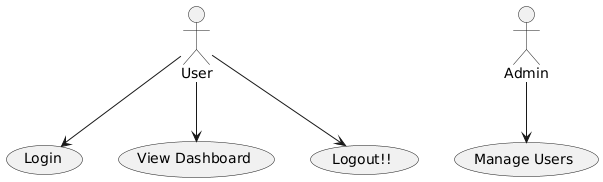
This is use-case.png from softwareDesign24/collaborateUML-ucd, a PlantUML export, as it was before one commit.
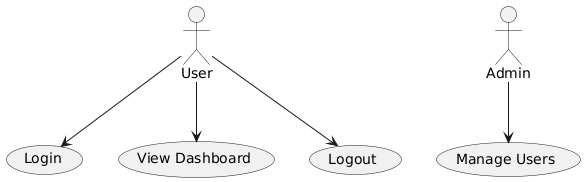
Later version of the same file.

Commit message:
Automated UML diagram generation

Diff of the diagram source:
```diff
@@ -1,6 +1,6 @@
 @startuml
 :User: --> (Login)
 :User: --> (View Dashboard)
-:User: --> (Logout!!)
+:User: --> (Logout)
 :Admin: --> (Manage Users)
 @enduml
```
